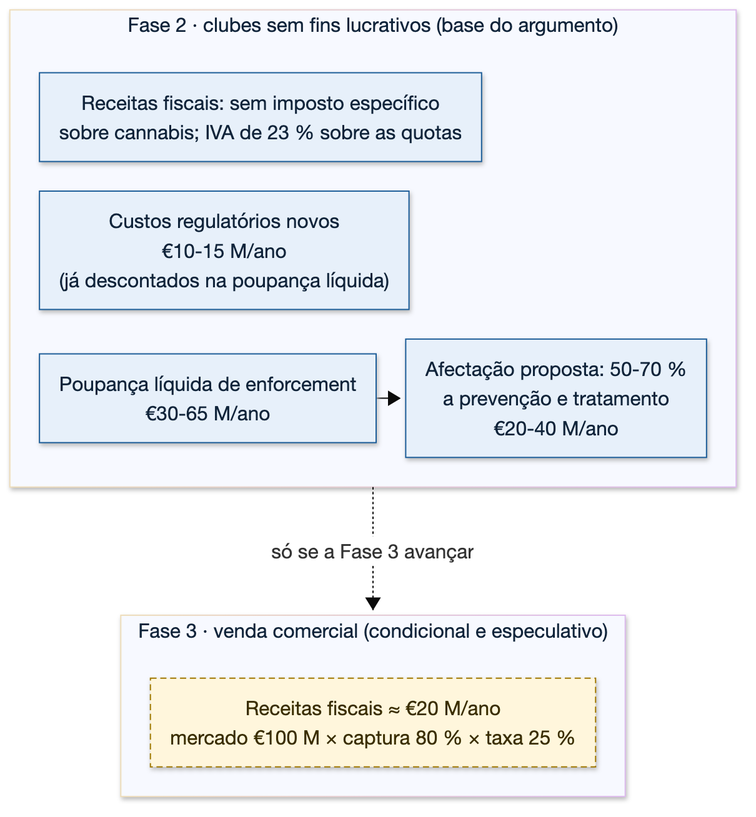
This is assets/diagrams/balanco-fiscal.png from bcamarneiro/cannabis-legalization, a Mermaid export, as it was before one commit. Its source is kept beside it as assets/diagrams/balanco-fiscal.mmd.
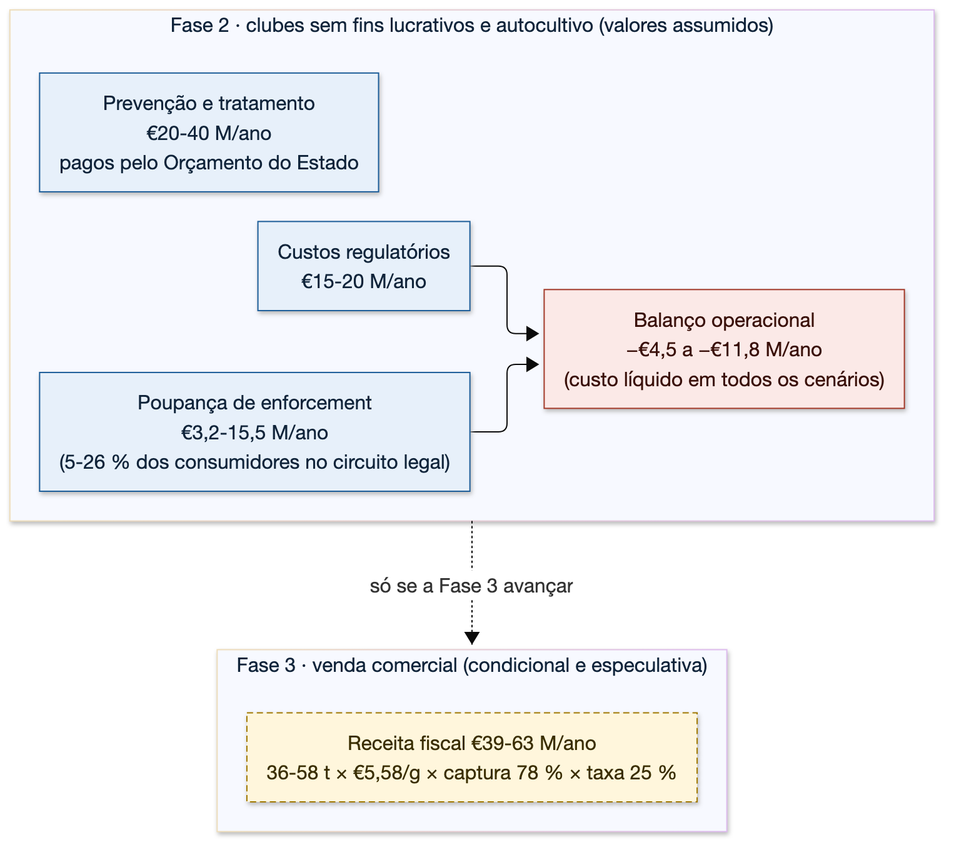
After the change.

What changed in the source:
```diff
@@ -1,16 +1,18 @@
 flowchart TB
-    subgraph F2["Fase 2 · clubes sem fins lucrativos (base do argumento)"]
+    subgraph F2["Fase 2 · clubes sem fins lucrativos e autocultivo (valores assumidos)"]
         direction LR
-        S["Poupança líquida de enforcement<br/>€30-65 M/ano"] --> U["Afectação proposta: 50-70 %<br/>a prevenção e tratamento<br/>€20-40 M/ano"]
-        C["Custos regulatórios novos<br/>€10-15 M/ano<br/>(já descontados na poupança líquida)"]
-        R["Receitas fiscais: sem imposto específico<br/>sobre cannabis; IVA de 23 % sobre as quotas"]
+        S["Poupança de enforcement<br/>€3,2-15,5 M/ano<br/>(5-26 % dos consumidores no circuito legal)"] --> B["Balanço operacional<br/>−€4,5 a −€11,8 M/ano<br/>(custo líquido em todos os cenários)"]
+        C["Custos regulatórios<br/>€15-20 M/ano"] --> B
+        P["Prevenção e tratamento<br/>€20-40 M/ano<br/>pagos pelo Orçamento do Estado"]
     end
-    subgraph F3["Fase 3 · venda comercial (condicional e especulativo)"]
-        T["Receitas fiscais ≈ €20 M/ano<br/>mercado €100 M × captura 80 % × taxa 25 %"]
+    subgraph F3["Fase 3 · venda comercial (condicional e especulativa)"]
+        T["Receita fiscal €39-63 M/ano<br/>36-58 t × €5,58/g × captura 78 % × taxa 25 %"]
     end
     F2 -. "só se a Fase 3 avançar" .-> F3
 
     classDef base fill:#e7f0fa,stroke:#1c5d99,color:#10243a
+    classDef neg fill:#fbe9e7,stroke:#a33a2a,color:#3a1009
     classDef cond fill:#fff6dc,stroke:#a07800,color:#3a2e00,stroke-dasharray:5 3
-    class R,C,S,U base
+    class S,C,P base
+    class B neg
     class T cond
```
